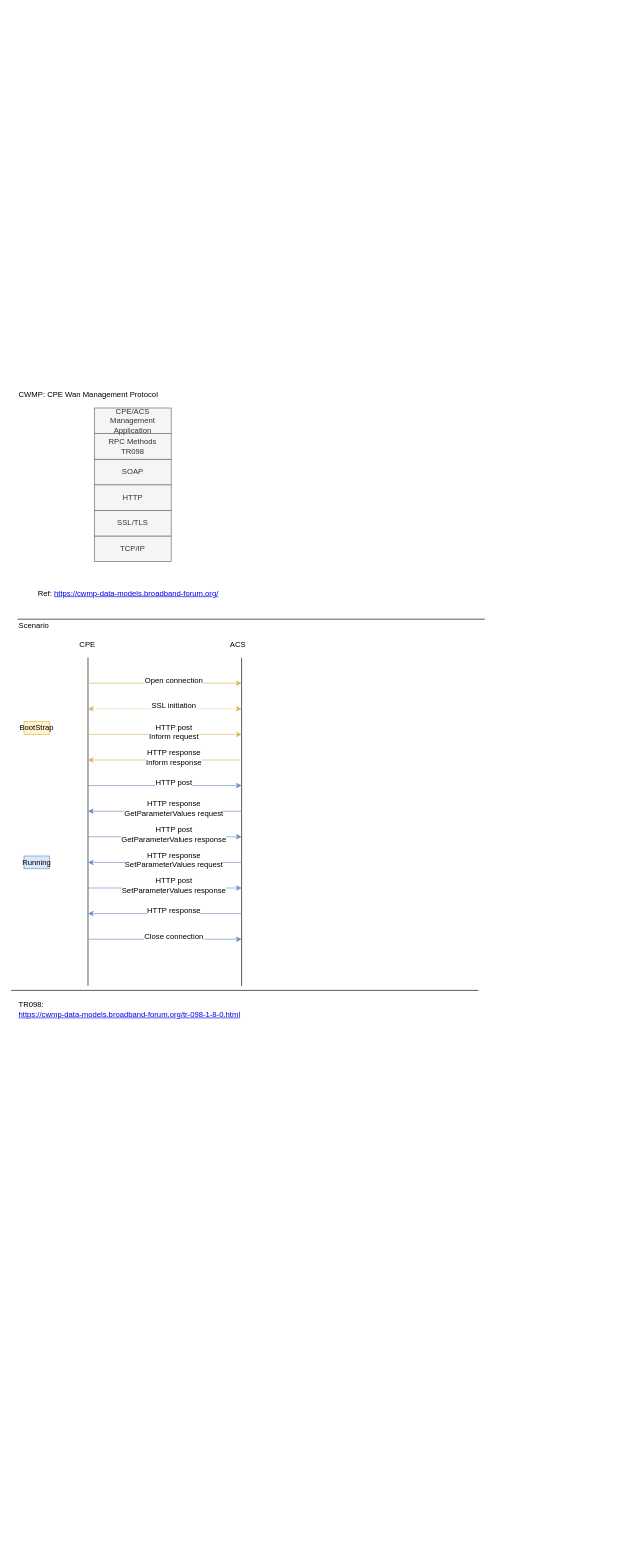
Earlier version of the draw.io diagram page "CWMP" (3 of 7) of AP7465CE.drawio (nelsonchung/drawio). Source tidied: cells renumbered, new cells numbered last; positions are measured from the earlier drawing's top-left corner, leaving out a move shared by most shapes. Both pictures are drawn from the tidied source at 64%, with x=0, y=0 at pixel (11, 382).
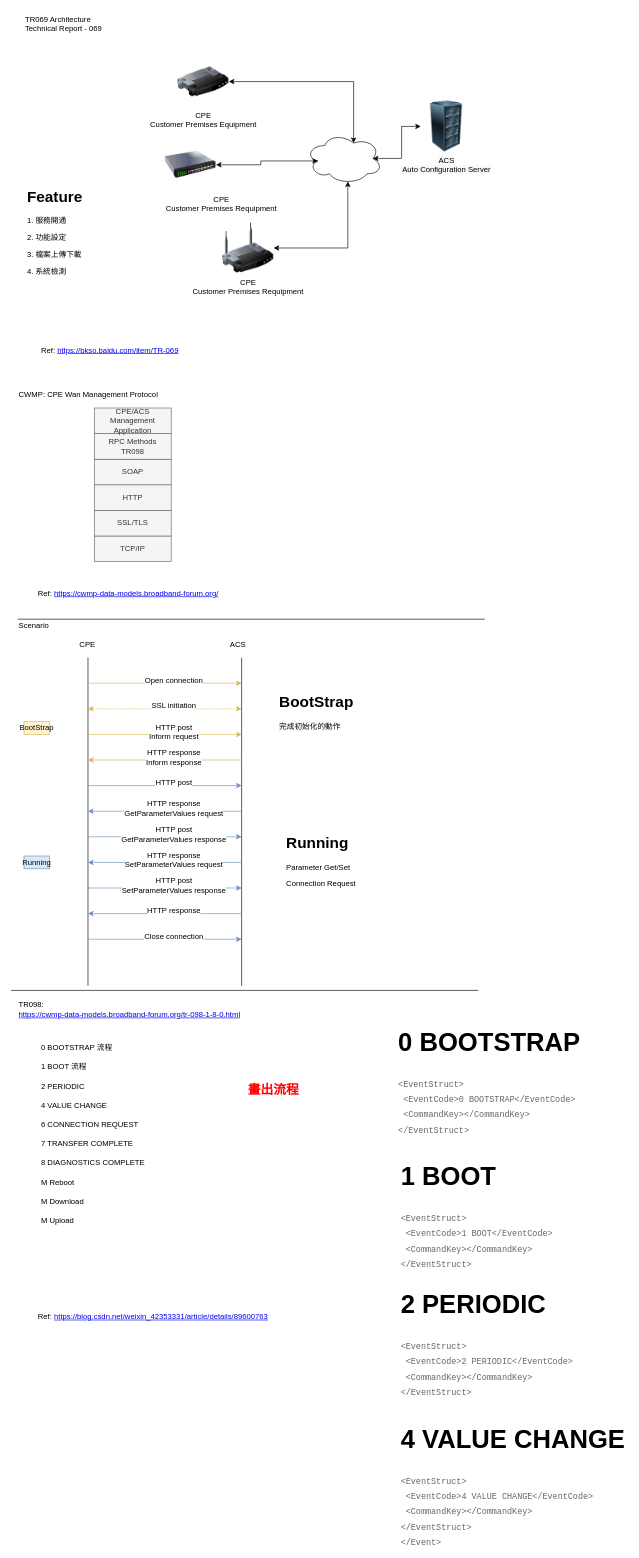
The same page after the edit.

Diff of the diagram source:
```diff
@@
+    <mxCell id="42" value="TR069 Architecture&lt;br&gt;Technical Report - 069" style="text;html=1;strokeColor=none;fillColor=none;align=left;verticalAlign=middle;whiteSpace=wrap;rounded=0;" parent="1" vertex="1">
+      <mxGeometry x="20" y="-580" width="250" height="40" as="geometry" />
+    </mxCell>
+    <mxCell id="43" value="&lt;h1&gt;Feature&lt;/h1&gt;&lt;p&gt;1. 服務開通&lt;/p&gt;&lt;p&gt;2. 功能設定&lt;/p&gt;&lt;p&gt;3. 檔案上傳下載&lt;/p&gt;&lt;p&gt;4. 系統檢測&lt;/p&gt;" style="text;html=1;strokeColor=none;fillColor=none;spacing=5;spacingTop=-20;whiteSpace=wrap;overflow=hidden;rounded=0;align=left;" parent="1" vertex="1">
+      <mxGeometry x="20" y="-310" width="190" height="170" as="geometry" />
+    </mxCell>
+    <mxCell id="44" style="edgeStyle=orthogonalEdgeStyle;rounded=0;jettySize=auto;html=1;exitX=0.875;exitY=0.5;exitDx=0;exitDy=0;exitPerimeter=0;startArrow=classic;startFill=1;" parent="1" edge="1" source="45" target="46">
+      <mxGeometry relative="1" as="geometry" />
+    </mxCell>
+    <mxCell id="45" style="ellipse;shape=cloud;whiteSpace=wrap;html=1;strokeColor=#000000;fillColor=#FFFFFF;align=left;" parent="1" vertex="1">
+      <mxGeometry x="460" y="-390" width="120" height="80" as="geometry" />
+    </mxCell>
+    <mxCell id="46" value="&lt;span style=&quot;background-color: rgb(248 , 249 , 250)&quot;&gt;ACS&lt;/span&gt;&lt;br style=&quot;background-color: rgb(248 , 249 , 250)&quot;&gt;&lt;span style=&quot;background-color: rgb(248 , 249 , 250)&quot;&gt;Auto Configuration Server&lt;/span&gt;" style="image;html=1;labelBackgroundColor=#ffffff;image=img/lib/clip_art/computers/Server_Rack_128x128.png;strokeColor=#000000;fillColor=#FFFFFF;align=center;" parent="1" vertex="1">
+      <mxGeometry x="640" y="-440" width="80" height="80" as="geometry" />
+    </mxCell>
+    <mxCell id="47" style="edgeStyle=orthogonalEdgeStyle;rounded=0;jettySize=auto;html=1;exitX=1;exitY=0.5;exitDx=0;exitDy=0;entryX=0.55;entryY=0.95;entryDx=0;entryDy=0;entryPerimeter=0;startArrow=classic;startFill=1;" parent="1" edge="1" source="48" target="45">
+      <mxGeometry relative="1" as="geometry" />
+    </mxCell>
+    <mxCell id="48" value="CPE&lt;br&gt;Customer Premises Requipment" style="image;html=1;labelBackgroundColor=#ffffff;image=img/lib/clip_art/networking/Wireless_Router_128x128.png;strokeColor=#000000;fillColor=#FFFFFF;align=center;" parent="1" vertex="1">
+      <mxGeometry x="330" y="-250" width="80" height="80" as="geometry" />
+    </mxCell>
+    <mxCell id="49" style="edgeStyle=orthogonalEdgeStyle;rounded=0;jettySize=auto;html=1;exitX=1;exitY=0.5;exitDx=0;exitDy=0;entryX=0.16;entryY=0.55;entryDx=0;entryDy=0;entryPerimeter=0;startArrow=classic;startFill=1;" parent="1" edge="1" source="50" target="45">
+      <mxGeometry relative="1" as="geometry" />
+    </mxCell>
+    <mxCell id="50" value="&lt;div style=&quot;text-align: center&quot;&gt;CPE&lt;/div&gt;&lt;div style=&quot;text-align: center&quot;&gt;Customer Premises Requipment&lt;/div&gt;" style="image;html=1;labelBackgroundColor=#ffffff;image=img/lib/clip_art/networking/Switch_128x128.png;strokeColor=#000000;fillColor=#FFFFFF;align=left;" parent="1" vertex="1">
+      <mxGeometry x="240" y="-380" width="80" height="80" as="geometry" />
+    </mxCell>
+    <mxCell id="51" style="edgeStyle=orthogonalEdgeStyle;rounded=0;jettySize=auto;html=1;exitX=1;exitY=0.5;exitDx=0;exitDy=0;startArrow=classic;startFill=1;entryX=0.625;entryY=0.2;entryDx=0;entryDy=0;entryPerimeter=0;" parent="1" edge="1" source="52" target="45">
+      <mxGeometry relative="1" as="geometry" />
+    </mxCell>
+    <mxCell id="52" value="CPE&lt;br&gt;Customer Premises Equipment" style="image;html=1;labelBackgroundColor=#ffffff;image=img/lib/clip_art/networking/Router_128x128.png;strokeColor=#000000;fillColor=#FFFFFF;align=center;" parent="1" vertex="1">
+      <mxGeometry x="260" y="-510" width="80" height="80" as="geometry" />
+    </mxCell>
+    <mxCell id="53" value="&lt;h1&gt;BootStrap&lt;/h1&gt;&lt;p&gt;完成初始化的動作&lt;/p&gt;" style="text;html=1;strokeColor=none;fillColor=none;spacing=5;spacingTop=-20;whiteSpace=wrap;overflow=hidden;rounded=0;align=left;" parent="1" vertex="1">
+      <mxGeometry x="414" y="480" width="190" height="120" as="geometry" />
+    </mxCell>
+    <mxCell id="54" value="&lt;h1&gt;Running&lt;/h1&gt;&lt;p&gt;Parameter Get/Set&lt;/p&gt;&lt;p&gt;Connection Request&lt;/p&gt;" style="text;html=1;strokeColor=none;fillColor=none;spacing=5;spacingTop=-20;whiteSpace=wrap;overflow=hidden;rounded=0;align=left;" parent="1" vertex="1">
+      <mxGeometry x="425" y="700" width="190" height="120" as="geometry" />
+    </mxCell>
+    <mxCell id="55" value="&lt;div style=&quot;&quot;&gt;&lt;span&gt;Ref:&amp;nbsp;&lt;/span&gt;&lt;a href=&quot;https://bkso.baidu.com/item/TR-069&quot;&gt;https://bkso.baidu.com/item/TR-069&lt;/a&gt;&lt;/div&gt;" style="text;html=1;strokeColor=none;fillColor=none;align=left;verticalAlign=middle;whiteSpace=wrap;rounded=0;" parent="1" vertex="1">
+      <mxGeometry x="45" y="-60" width="355" height="20" as="geometry" />
+    </mxCell>
+    <mxCell id="56" value="0 BOOTSTRAP 流程" style="text;html=1;strokeColor=none;fillColor=none;align=left;verticalAlign=middle;whiteSpace=wrap;rounded=0;" parent="1" vertex="1">
+      <mxGeometry x="45" y="1030" width="125" height="20" as="geometry" />
+    </mxCell>
+    <mxCell id="57" value="Ref:&amp;nbsp;&lt;a href=&quot;https://blog.csdn.net/weixin_42353331/article/details/89600763&quot;&gt;https://blog.csdn.net/weixin_42353331/article/details/89600763&lt;/a&gt;" style="text;html=1;strokeColor=none;fillColor=none;align=left;verticalAlign=middle;whiteSpace=wrap;rounded=0;" parent="1" vertex="1">
+      <mxGeometry x="40" y="1450" width="435" height="20" as="geometry" />
+    </mxCell>
+    <mxCell id="58" value="1 BOOT 流程" style="text;html=1;strokeColor=none;fillColor=none;align=left;verticalAlign=middle;whiteSpace=wrap;rounded=0;" parent="1" vertex="1">
+      <mxGeometry x="45" y="1060" width="125" height="20" as="geometry" />
+    </mxCell>
+    <mxCell id="59" value="2 PERIODIC" style="text;html=1;strokeColor=none;fillColor=none;align=left;verticalAlign=middle;whiteSpace=wrap;rounded=0;" parent="1" vertex="1">
+      <mxGeometry x="45" y="1090" width="125" height="20" as="geometry" />
+    </mxCell>
+    <mxCell id="60" value="4 VALUE CHANGE" style="text;html=1;strokeColor=none;fillColor=none;align=left;verticalAlign=middle;whiteSpace=wrap;rounded=0;" parent="1" vertex="1">
+      <mxGeometry x="45" y="1120" width="125" height="20" as="geometry" />
+    </mxCell>
+    <mxCell id="61" value="6 CONNECTION REQUEST" style="text;html=1;strokeColor=none;fillColor=none;align=left;verticalAlign=middle;whiteSpace=wrap;rounded=0;" parent="1" vertex="1">
+      <mxGeometry x="45" y="1150" width="165" height="20" as="geometry" />
+    </mxCell>
+    <mxCell id="62" value="7 TRANSFER COMPLETE" style="text;html=1;strokeColor=none;fillColor=none;align=left;verticalAlign=middle;whiteSpace=wrap;rounded=0;" parent="1" vertex="1">
+      <mxGeometry x="45" y="1180" width="165" height="20" as="geometry" />
+    </mxCell>
+    <mxCell id="63" value="8 DIAGNOSTICS COMPLETE" style="text;html=1;strokeColor=none;fillColor=none;align=left;verticalAlign=middle;whiteSpace=wrap;rounded=0;" parent="1" vertex="1">
+      <mxGeometry x="45" y="1210" width="205" height="20" as="geometry" />
+    </mxCell>
+    <mxCell id="64" value="M Reboot" style="text;html=1;strokeColor=none;fillColor=none;align=left;verticalAlign=middle;whiteSpace=wrap;rounded=0;" parent="1" vertex="1">
+      <mxGeometry x="45" y="1240" width="205" height="20" as="geometry" />
+    </mxCell>
+    <mxCell id="65" value="M Download" style="text;html=1;strokeColor=none;fillColor=none;align=left;verticalAlign=middle;whiteSpace=wrap;rounded=0;" parent="1" vertex="1">
+      <mxGeometry x="45" y="1270" width="205" height="20" as="geometry" />
+    </mxCell>
+    <mxCell id="66" value="M Upload" style="text;html=1;strokeColor=none;fillColor=none;align=left;verticalAlign=middle;whiteSpace=wrap;rounded=0;" parent="1" vertex="1">
+      <mxGeometry x="45" y="1300" width="205" height="20" as="geometry" />
+    </mxCell>
+    <mxCell id="67" value="畫出流程" style="text;html=1;strokeColor=none;fillColor=none;align=center;verticalAlign=middle;whiteSpace=wrap;rounded=0;fontColor=#FF0000;fontStyle=1;fontSize=20;" parent="1" vertex="1">
+      <mxGeometry x="300" y="1080" width="220" height="50" as="geometry" />
+    </mxCell>
+    <mxCell id="68" value="&lt;h1&gt;0 BOOTSTRAP&lt;/h1&gt;&lt;p&gt;&lt;span style=&quot;color: rgb(102 , 102 , 102) ; font-size: 13.2px ; font-family: &amp;#34;courier new&amp;#34; , &amp;#34;courier&amp;#34; , monospace&quot;&gt;&amp;lt;EventStruct&amp;gt;&lt;/span&gt;&lt;br style=&quot;color: rgb(102 , 102 , 102) ; font-family: &amp;#34;trebuchet ms&amp;#34; , &amp;#34;trebuchet&amp;#34; , &amp;#34;verdana&amp;#34; , sans-serif ; font-size: 13.2px&quot;&gt;&lt;span style=&quot;color: rgb(102 , 102 , 102) ; font-size: 13.2px ; font-family: &amp;#34;courier new&amp;#34; , &amp;#34;courier&amp;#34; , monospace&quot;&gt;&amp;nbsp;&amp;lt;EventCode&amp;gt;0 BOOTSTRAP&amp;lt;/EventCode&amp;gt;&lt;/span&gt;&lt;br style=&quot;color: rgb(102 , 102 , 102) ; font-family: &amp;#34;trebuchet ms&amp;#34; , &amp;#34;trebuchet&amp;#34; , &amp;#34;verdana&amp;#34; , sans-serif ; font-size: 13.2px&quot;&gt;&lt;span style=&quot;color: rgb(102 , 102 , 102) ; font-size: 13.2px ; font-family: &amp;#34;courier new&amp;#34; , &amp;#34;courier&amp;#34; , monospace&quot;&gt;&amp;nbsp;&amp;lt;CommandKey&amp;gt;&amp;lt;/CommandKey&amp;gt;&lt;/span&gt;&lt;br style=&quot;color: rgb(102 , 102 , 102) ; font-family: &amp;#34;trebuchet ms&amp;#34; , &amp;#34;trebuchet&amp;#34; , &amp;#34;verdana&amp;#34; , sans-serif ; font-size: 13.2px&quot;&gt;&lt;span style=&quot;color: rgb(102 , 102 , 102) ; font-size: 13.2px ; font-family: &amp;#34;courier new&amp;#34; , &amp;#34;courier&amp;#34; , monospace&quot;&gt;&amp;lt;/EventStruct&amp;gt;&lt;/span&gt;&lt;br&gt;&lt;/p&gt;" style="text;html=1;strokeColor=none;fillColor=none;spacing=5;spacingTop=-20;whiteSpace=wrap;overflow=hidden;rounded=0;fontSize=20;fontColor=#000000;align=left;" parent="1" vertex="1">
+      <mxGeometry x="600" y="990" width="360" height="210" as="geometry" />
+    </mxCell>
+    <mxCell id="69" value="&lt;h1&gt;1 BOOT&lt;/h1&gt;&lt;p&gt;&lt;span style=&quot;color: rgb(102 , 102 , 102) ; font-size: 13.2px ; font-family: &amp;#34;courier new&amp;#34; , &amp;#34;courier&amp;#34; , monospace&quot;&gt;&amp;lt;EventStruct&amp;gt;&lt;/span&gt;&lt;br style=&quot;color: rgb(102 , 102 , 102) ; font-family: &amp;#34;trebuchet ms&amp;#34; , &amp;#34;trebuchet&amp;#34; , &amp;#34;verdana&amp;#34; , sans-serif ; font-size: 13.2px&quot;&gt;&lt;span style=&quot;color: rgb(102 , 102 , 102) ; font-size: 13.2px ; font-family: &amp;#34;courier new&amp;#34; , &amp;#34;courier&amp;#34; , monospace&quot;&gt;&amp;nbsp;&amp;lt;EventCode&amp;gt;1 BOOT&amp;lt;/EventCode&amp;gt;&lt;/span&gt;&lt;br style=&quot;color: rgb(102 , 102 , 102) ; font-family: &amp;#34;trebuchet ms&amp;#34; , &amp;#34;trebuchet&amp;#34; , &amp;#34;verdana&amp;#34; , sans-serif ; font-size: 13.2px&quot;&gt;&lt;span style=&quot;color: rgb(102 , 102 , 102) ; font-size: 13.2px ; font-family: &amp;#34;courier new&amp;#34; , &amp;#34;courier&amp;#34; , monospace&quot;&gt;&amp;nbsp;&amp;lt;CommandKey&amp;gt;&amp;lt;/CommandKey&amp;gt;&lt;/span&gt;&lt;br style=&quot;color: rgb(102 , 102 , 102) ; font-family: &amp;#34;trebuchet ms&amp;#34; , &amp;#34;trebuchet&amp;#34; , &amp;#34;verdana&amp;#34; , sans-serif ; font-size: 13.2px&quot;&gt;&lt;span style=&quot;color: rgb(102 , 102 , 102) ; font-size: 13.2px ; font-family: &amp;#34;courier new&amp;#34; , &amp;#34;courier&amp;#34; , monospace&quot;&gt;&amp;lt;/EventStruct&amp;gt;&lt;/span&gt;&lt;br&gt;&lt;/p&gt;" style="text;html=1;strokeColor=none;fillColor=none;spacing=5;spacingTop=-20;whiteSpace=wrap;overflow=hidden;rounded=0;fontSize=20;fontColor=#000000;align=left;" parent="1" vertex="1">
+      <mxGeometry x="604" y="1200" width="360" height="210" as="geometry" />
+    </mxCell>
+    <mxCell id="70" value="&lt;h1&gt;2 PERIODIC&lt;/h1&gt;&lt;p&gt;&lt;span style=&quot;color: rgb(102 , 102 , 102) ; font-size: 13.2px ; font-family: &amp;#34;courier new&amp;#34; , &amp;#34;courier&amp;#34; , monospace&quot;&gt;&amp;lt;EventStruct&amp;gt;&lt;/span&gt;&lt;br style=&quot;color: rgb(102 , 102 , 102) ; font-family: &amp;#34;trebuchet ms&amp;#34; , &amp;#34;trebuchet&amp;#34; , &amp;#34;verdana&amp;#34; , sans-serif ; font-size: 13.2px&quot;&gt;&lt;span style=&quot;color: rgb(102 , 102 , 102) ; font-size: 13.2px ; font-family: &amp;#34;courier new&amp;#34; , &amp;#34;courier&amp;#34; , monospace&quot;&gt;&amp;nbsp;&amp;lt;EventCode&amp;gt;2 PERIODIC&amp;lt;/EventCode&amp;gt;&lt;/span&gt;&lt;br style=&quot;color: rgb(102 , 102 , 102) ; font-family: &amp;#34;trebuchet ms&amp;#34; , &amp;#34;trebuchet&amp;#34; , &amp;#34;verdana&amp;#34; , sans-serif ; font-size: 13.2px&quot;&gt;&lt;span style=&quot;color: rgb(102 , 102 , 102) ; font-size: 13.2px ; font-family: &amp;#34;courier new&amp;#34; , &amp;#34;courier&amp;#34; , monospace&quot;&gt;&amp;nbsp;&amp;lt;CommandKey&amp;gt;&amp;lt;/CommandKey&amp;gt;&lt;/span&gt;&lt;br style=&quot;color: rgb(102 , 102 , 102) ; font-family: &amp;#34;trebuchet ms&amp;#34; , &amp;#34;trebuchet&amp;#34; , &amp;#34;verdana&amp;#34; , sans-serif ; font-size: 13.2px&quot;&gt;&lt;span style=&quot;color: rgb(102 , 102 , 102) ; font-size: 13.2px ; font-family: &amp;#34;courier new&amp;#34; , &amp;#34;courier&amp;#34; , monospace&quot;&gt;&amp;lt;/EventStruct&amp;gt;&lt;/span&gt;&lt;br&gt;&lt;/p&gt;" style="text;html=1;strokeColor=none;fillColor=none;spacing=5;spacingTop=-20;whiteSpace=wrap;overflow=hidden;rounded=0;fontSize=20;fontColor=#000000;align=left;" parent="1" vertex="1">
+      <mxGeometry x="604" y="1400" width="360" height="210" as="geometry" />
+    </mxCell>
+    <mxCell id="71" value="&lt;h1&gt;4 VALUE CHANGE&lt;/h1&gt;&lt;p&gt;&lt;span style=&quot;color: rgb(102 , 102 , 102) ; font-size: 13.2px ; font-family: &amp;#34;courier new&amp;#34; , &amp;#34;courier&amp;#34; , monospace&quot;&gt;&amp;lt;EventStruct&amp;gt;&lt;/span&gt;&lt;br style=&quot;color: rgb(102 , 102 , 102) ; font-family: &amp;#34;trebuchet ms&amp;#34; , &amp;#34;trebuchet&amp;#34; , &amp;#34;verdana&amp;#34; , sans-serif ; font-size: 13.2px&quot;&gt;&lt;span style=&quot;color: rgb(102 , 102 , 102) ; font-size: 13.2px ; font-family: &amp;#34;courier new&amp;#34; , &amp;#34;courier&amp;#34; , monospace&quot;&gt;&amp;nbsp;&amp;lt;EventCode&amp;gt;4 VALUE CHANGE&amp;lt;/EventCode&amp;gt;&lt;/span&gt;&lt;br style=&quot;color: rgb(102 , 102 , 102) ; font-family: &amp;#34;trebuchet ms&amp;#34; , &amp;#34;trebuchet&amp;#34; , &amp;#34;verdana&amp;#34; , sans-serif ; font-size: 13.2px&quot;&gt;&lt;span style=&quot;color: rgb(102 , 102 , 102) ; font-size: 13.2px ; font-family: &amp;#34;courier new&amp;#34; , &amp;#34;courier&amp;#34; , monospace&quot;&gt;&amp;nbsp;&amp;lt;CommandKey&amp;gt;&amp;lt;/CommandKey&amp;gt;&lt;/span&gt;&lt;br style=&quot;color: rgb(102 , 102 , 102) ; font-family: &amp;#34;trebuchet ms&amp;#34; , &amp;#34;trebuchet&amp;#34; , &amp;#34;verdana&amp;#34; , sans-serif ; font-size: 13.2px&quot;&gt;&lt;span style=&quot;color: rgb(102 , 102 , 102) ; font-size: 13.2px ; font-family: &amp;#34;courier new&amp;#34; , &amp;#34;courier&amp;#34; , monospace&quot;&gt;&amp;lt;/EventStruct&amp;gt;&lt;/span&gt;&lt;br style=&quot;color: rgb(102 , 102 , 102) ; font-family: &amp;#34;trebuchet ms&amp;#34; , &amp;#34;trebuchet&amp;#34; , &amp;#34;verdana&amp;#34; , sans-serif ; font-size: 13.2px&quot;&gt;&lt;span style=&quot;color: rgb(102 , 102 , 102) ; font-size: 13.2px ; font-family: &amp;#34;courier new&amp;#34; , &amp;#34;courier&amp;#34; , monospace&quot;&gt;&amp;lt;/Event&amp;gt;&lt;/span&gt;&lt;br&gt;&lt;/p&gt;" style="text;html=1;strokeColor=none;fillColor=none;spacing=5;spacingTop=-20;whiteSpace=wrap;overflow=hidden;rounded=0;fontSize=20;fontColor=#000000;align=left;" parent="1" vertex="1">
+      <mxGeometry x="604" y="1610" width="360" height="210" as="geometry" />
+    </mxCell>
```
